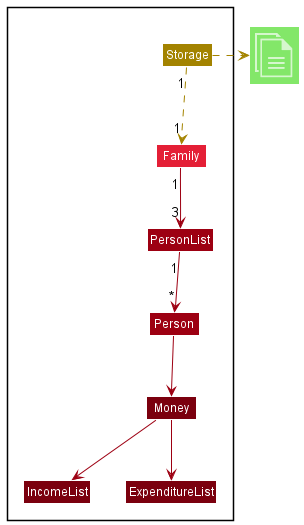
Before: docs/images/StorageDiagram.png, a diagram exported from PlantUML (nus-cs2113-AY2122S2/tp).
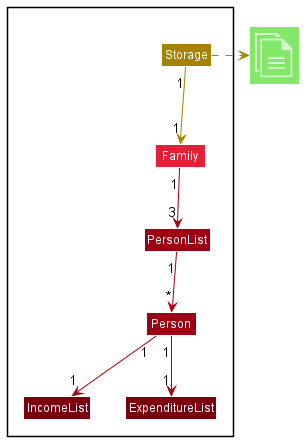
The same file after the commit.

Commit message:
Add JUnit testing for Storage and fix DG UML

Diff of the diagram source:
```diff
@@ -11,7 +11,6 @@
     Class Family MODEL_COLOR_T2
     Class PersonList MODEL_COLOR
     Class Person MODEL_COLOR
-    Class Money MODEL_COLOR_T3
     Class IncomeList MODEL_COLOR_T3
     Class ExpenditureList MODEL_COLOR_T3
 
@@ -19,11 +18,10 @@
 
 Class "<$documents>" as File UI_COLOR_T1
 Storage -right[STORAGE_COLOR].> File
-Storage "1" -down[STORAGE_COLOR].> "1" Family
+Storage "1" -down[STORAGE_COLOR]-> "1" Family
 Family "1" -down[MODEL_COLOR]-> "3" PersonList
 PersonList "1" -down[MODEL_COLOR]-> "*" Person
-Person -down[MODEL_COLOR]->Money
-Money -down[MODEL_COLOR]->IncomeList
-Money -down[MODEL_COLOR]->ExpenditureList
+Person "1" -down[MODEL_COLOR]-> "1" IncomeList
+Person "1" -down[MODEL_COLOR]-> "1" ExpenditureList
 
 @enduml
```
